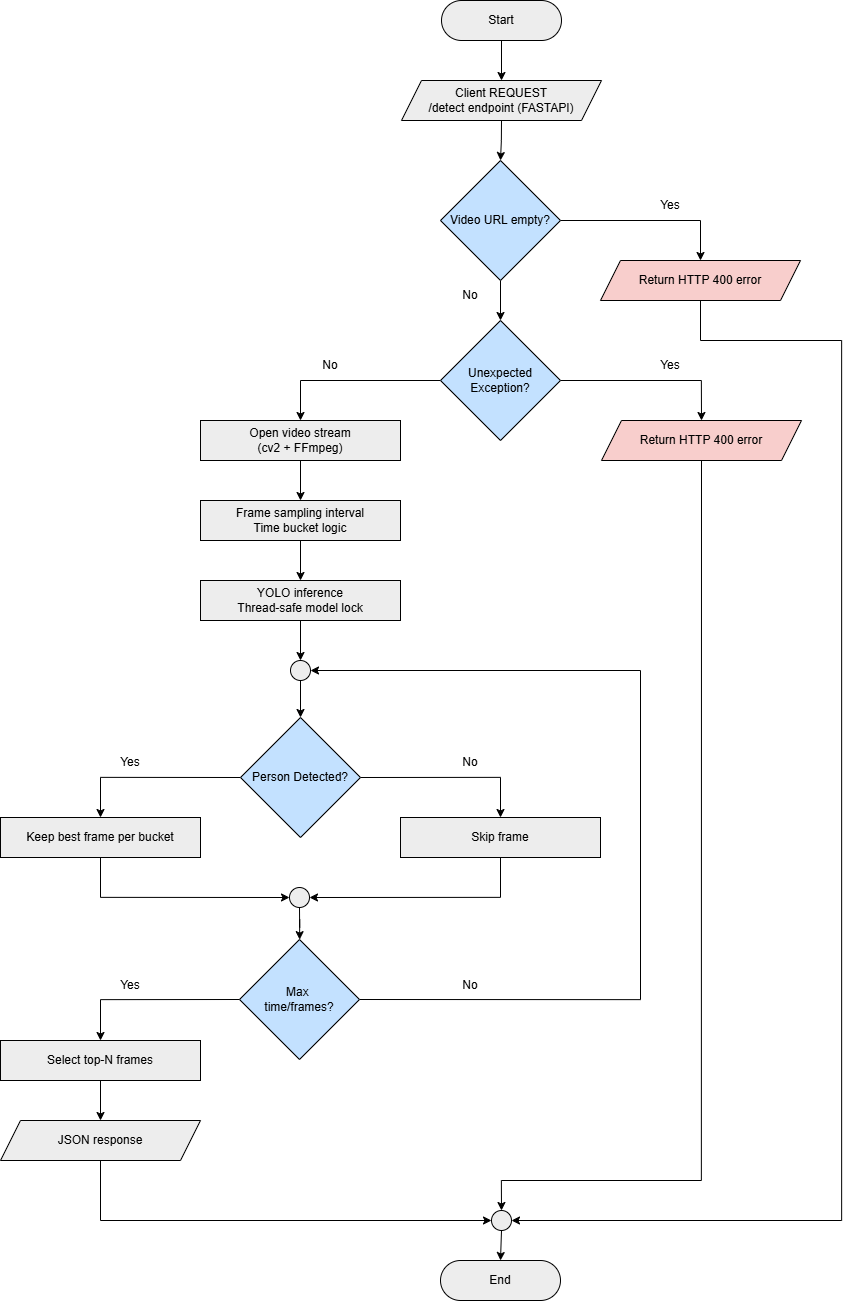
eldisja1/person-detection-nmsai keeps this draw.io diagram as documentation/person-detection-nmsai-system-architecture.png. Above is the earlier version. Source tidied: cells renumbered, new cells last; positions are measured from the earlier drawing's top-left corner, leaving out a move shared by most shapes. Source of this version:
```xml
<mxGraphModel>
  <root>
    <mxCell id="0" />
    <mxCell id="1" parent="0" />
    <mxCell id="2" style="edgeStyle=orthogonalEdgeStyle;rounded=0;jettySize=auto;html=1;exitX=0.5;exitY=1;exitDx=0;exitDy=0;entryX=0.5;entryY=0;entryDx=0;entryDy=0;" parent="1" edge="1" source="3" target="5">
      <mxGeometry relative="1" as="geometry" />
    </mxCell>
    <mxCell id="3" value="Start" style="rounded=1;whiteSpace=wrap;html=1;arcSize=50;fillColor=#EDEDED;" parent="1" vertex="1">
      <mxGeometry x="441" width="120" height="40" as="geometry" />
    </mxCell>
    <mxCell id="4" style="edgeStyle=orthogonalEdgeStyle;rounded=0;jettySize=auto;html=1;exitX=0.5;exitY=1;exitDx=0;exitDy=0;entryX=0.5;entryY=0;entryDx=0;entryDy=0;" parent="1" edge="1" source="5" target="37">
      <mxGeometry relative="1" as="geometry" />
    </mxCell>
    <mxCell id="5" value="Client REQUEST&lt;div&gt;/detect endpoint (FASTAPI)&lt;/div&gt;" style="shape=parallelogram;perimeter=parallelogramPerimeter;whiteSpace=wrap;html=1;fixedSize=1;fillColor=#EDEDED;" parent="1" vertex="1">
      <mxGeometry x="401" y="80" width="200" height="40" as="geometry" />
    </mxCell>
    <mxCell id="6" style="edgeStyle=orthogonalEdgeStyle;rounded=0;jettySize=auto;html=1;exitX=0.5;exitY=1;exitDx=0;exitDy=0;entryX=0.5;entryY=0;entryDx=0;entryDy=0;" parent="1" edge="1" source="7" target="9">
      <mxGeometry relative="1" as="geometry" />
    </mxCell>
    <mxCell id="7" value="Open video stream&lt;div&gt;(cv2 + FFmpeg)&lt;/div&gt;" style="rounded=0;whiteSpace=wrap;html=1;fillColor=#EDEDED;" parent="1" vertex="1">
      <mxGeometry x="200" y="420" width="200" height="40" as="geometry" />
    </mxCell>
    <mxCell id="8" style="edgeStyle=orthogonalEdgeStyle;rounded=0;jettySize=auto;html=1;exitX=0.5;exitY=1;exitDx=0;exitDy=0;" parent="1" edge="1" source="9" target="11">
      <mxGeometry relative="1" as="geometry" />
    </mxCell>
    <mxCell id="9" value="Frame sampling interval&lt;div&gt;Time bucket logic&lt;/div&gt;" style="rounded=0;whiteSpace=wrap;html=1;fillColor=#EDEDED;" parent="1" vertex="1">
      <mxGeometry x="200" y="500" width="200" height="40" as="geometry" />
    </mxCell>
    <mxCell id="10" style="edgeStyle=orthogonalEdgeStyle;rounded=0;jettySize=auto;html=1;exitX=0.5;exitY=1;exitDx=0;exitDy=0;entryX=0.5;entryY=0;entryDx=0;entryDy=0;" parent="1" edge="1" source="11" target="32">
      <mxGeometry relative="1" as="geometry" />
    </mxCell>
    <mxCell id="11" value="YOLO inference&lt;div&gt;Thread-safe model lock&lt;/div&gt;" style="rounded=0;whiteSpace=wrap;html=1;fillColor=#EDEDED;" parent="1" vertex="1">
      <mxGeometry x="200" y="580" width="200" height="40" as="geometry" />
    </mxCell>
    <mxCell id="12" style="edgeStyle=orthogonalEdgeStyle;rounded=0;jettySize=auto;html=1;exitX=0;exitY=0.5;exitDx=0;exitDy=0;entryX=0.5;entryY=0;entryDx=0;entryDy=0;" parent="1" edge="1" source="14" target="16">
      <mxGeometry relative="1" as="geometry" />
    </mxCell>
    <mxCell id="13" style="edgeStyle=orthogonalEdgeStyle;rounded=0;jettySize=auto;html=1;exitX=1;exitY=0.5;exitDx=0;exitDy=0;entryX=0.5;entryY=0;entryDx=0;entryDy=0;" parent="1" edge="1" source="14" target="18">
      <mxGeometry relative="1" as="geometry" />
    </mxCell>
    <mxCell id="14" value="Person Detected?" style="rhombus;whiteSpace=wrap;html=1;fillColor=#C3E1FF;" parent="1" vertex="1">
      <mxGeometry x="240" y="717" width="120" height="120" as="geometry" />
    </mxCell>
    <mxCell id="15" style="edgeStyle=orthogonalEdgeStyle;rounded=0;jettySize=auto;html=1;exitX=0.5;exitY=1;exitDx=0;exitDy=0;entryX=0;entryY=0.5;entryDx=0;entryDy=0;" parent="1" edge="1" source="16" target="24">
      <mxGeometry relative="1" as="geometry" />
    </mxCell>
    <mxCell id="16" value="Keep best frame per bucket" style="rounded=0;whiteSpace=wrap;html=1;fillColor=#EDEDED;" parent="1" vertex="1">
      <mxGeometry y="817" width="200" height="40" as="geometry" />
    </mxCell>
    <mxCell id="17" style="edgeStyle=orthogonalEdgeStyle;rounded=0;jettySize=auto;html=1;exitX=0.5;exitY=1;exitDx=0;exitDy=0;entryX=1;entryY=0.5;entryDx=0;entryDy=0;" parent="1" edge="1" source="18" target="24">
      <mxGeometry relative="1" as="geometry" />
    </mxCell>
    <mxCell id="18" value="Skip frame" style="rounded=0;whiteSpace=wrap;html=1;fillColor=#EDEDED;" parent="1" vertex="1">
      <mxGeometry x="400" y="817" width="200" height="40" as="geometry" />
    </mxCell>
    <mxCell id="19" value="No" style="text;html=1;whiteSpace=wrap;strokeColor=none;fillColor=none;align=center;verticalAlign=middle;rounded=0;" parent="1" vertex="1">
      <mxGeometry x="440" y="747" width="60" height="30" as="geometry" />
    </mxCell>
    <mxCell id="20" value="Yes" style="text;html=1;whiteSpace=wrap;strokeColor=none;fillColor=none;align=center;verticalAlign=middle;rounded=0;" parent="1" vertex="1">
      <mxGeometry x="100" y="747" width="60" height="30" as="geometry" />
    </mxCell>
    <mxCell id="21" style="edgeStyle=orthogonalEdgeStyle;rounded=0;jettySize=auto;html=1;exitX=0.5;exitY=1;exitDx=0;exitDy=0;" parent="1" edge="1" source="22" target="26">
      <mxGeometry relative="1" as="geometry" />
    </mxCell>
    <mxCell id="22" value="Select top-N frames" style="rounded=0;whiteSpace=wrap;html=1;fillColor=#EDEDED;" parent="1" vertex="1">
      <mxGeometry y="1040" width="200" height="40" as="geometry" />
    </mxCell>
    <mxCell id="23" style="edgeStyle=orthogonalEdgeStyle;rounded=0;jettySize=auto;html=1;exitX=0.5;exitY=1;exitDx=0;exitDy=0;" parent="1" edge="1" source="24" target="30">
      <mxGeometry relative="1" as="geometry" />
    </mxCell>
    <mxCell id="24" style="ellipse;whiteSpace=wrap;html=1;fillColor=#EDEDED;" parent="1" vertex="1">
      <mxGeometry x="289" y="887" width="20" height="20" as="geometry" />
    </mxCell>
    <mxCell id="25" style="edgeStyle=orthogonalEdgeStyle;rounded=0;jettySize=auto;html=1;exitX=0.5;exitY=1;exitDx=0;exitDy=0;entryX=0;entryY=0.5;entryDx=0;entryDy=0;" parent="1" edge="1" source="26" target="50">
      <mxGeometry relative="1" as="geometry" />
    </mxCell>
    <mxCell id="26" value="JSON response" style="shape=parallelogram;perimeter=parallelogramPerimeter;whiteSpace=wrap;html=1;fixedSize=1;fillColor=#EDEDED;" parent="1" vertex="1">
      <mxGeometry y="1120" width="200" height="40" as="geometry" />
    </mxCell>
    <mxCell id="27" value="End" style="rounded=1;whiteSpace=wrap;html=1;arcSize=50;fillColor=#EDEDED;" parent="1" vertex="1">
      <mxGeometry x="440" y="1260" width="120" height="40" as="geometry" />
    </mxCell>
    <mxCell id="28" style="edgeStyle=orthogonalEdgeStyle;rounded=0;jettySize=auto;html=1;exitX=0;exitY=0.5;exitDx=0;exitDy=0;entryX=0.5;entryY=0;entryDx=0;entryDy=0;" parent="1" edge="1" source="30" target="22">
      <mxGeometry relative="1" as="geometry" />
    </mxCell>
    <mxCell id="29" style="edgeStyle=orthogonalEdgeStyle;rounded=0;jettySize=auto;html=1;exitX=1;exitY=0.5;exitDx=0;exitDy=0;entryX=1;entryY=0.5;entryDx=0;entryDy=0;" parent="1" edge="1" source="30" target="32">
      <mxGeometry relative="1" as="geometry">
        <Array as="points">
          <mxPoint x="640" y="999" />
          <mxPoint x="640" y="670" />
        </Array>
      </mxGeometry>
    </mxCell>
    <mxCell id="30" value="Max&amp;nbsp;&lt;div&gt;time/frames?&lt;/div&gt;" style="rhombus;whiteSpace=wrap;html=1;fillColor=#C3E1FF;" parent="1" vertex="1">
      <mxGeometry x="239" y="939" width="120" height="120" as="geometry" />
    </mxCell>
    <mxCell id="31" style="edgeStyle=orthogonalEdgeStyle;rounded=0;jettySize=auto;html=1;exitX=0.5;exitY=1;exitDx=0;exitDy=0;entryX=0.5;entryY=0;entryDx=0;entryDy=0;" parent="1" edge="1" source="32" target="14">
      <mxGeometry relative="1" as="geometry" />
    </mxCell>
    <mxCell id="32" style="ellipse;whiteSpace=wrap;html=1;fillColor=#EDEDED;" parent="1" vertex="1">
      <mxGeometry x="290" y="660" width="20" height="20" as="geometry" />
    </mxCell>
    <mxCell id="33" value="No" style="text;html=1;whiteSpace=wrap;strokeColor=none;fillColor=none;align=center;verticalAlign=middle;rounded=0;" parent="1" vertex="1">
      <mxGeometry x="440" y="970" width="60" height="30" as="geometry" />
    </mxCell>
    <mxCell id="34" value="Yes" style="text;html=1;whiteSpace=wrap;strokeColor=none;fillColor=none;align=center;verticalAlign=middle;rounded=0;" parent="1" vertex="1">
      <mxGeometry x="100" y="970" width="60" height="30" as="geometry" />
    </mxCell>
    <mxCell id="35" style="edgeStyle=orthogonalEdgeStyle;rounded=0;jettySize=auto;html=1;exitX=0.5;exitY=1;exitDx=0;exitDy=0;entryX=0.5;entryY=0;entryDx=0;entryDy=0;" parent="1" edge="1" source="37" target="44">
      <mxGeometry relative="1" as="geometry" />
    </mxCell>
    <mxCell id="36" style="edgeStyle=orthogonalEdgeStyle;rounded=0;jettySize=auto;html=1;exitX=1;exitY=0.5;exitDx=0;exitDy=0;entryX=0.5;entryY=0;entryDx=0;entryDy=0;" parent="1" edge="1" source="37" target="39">
      <mxGeometry relative="1" as="geometry" />
    </mxCell>
    <mxCell id="37" value="Video URL empty?" style="rhombus;whiteSpace=wrap;html=1;fillColor=#C3E1FF;" parent="1" vertex="1">
      <mxGeometry x="440" y="160" width="120" height="120" as="geometry" />
    </mxCell>
    <mxCell id="38" style="edgeStyle=orthogonalEdgeStyle;rounded=0;jettySize=auto;html=1;exitX=0.5;exitY=1;exitDx=0;exitDy=0;entryX=1;entryY=0.5;entryDx=0;entryDy=0;" parent="1" edge="1" source="39" target="50">
      <mxGeometry relative="1" as="geometry">
        <Array as="points">
          <mxPoint x="700" y="340" />
          <mxPoint x="841" y="340" />
          <mxPoint x="841" y="1220" />
        </Array>
      </mxGeometry>
    </mxCell>
    <mxCell id="39" value="Return HTTP 400 error" style="shape=parallelogram;perimeter=parallelogramPerimeter;whiteSpace=wrap;html=1;fixedSize=1;fillColor=#F8CECC;" parent="1" vertex="1">
      <mxGeometry x="600" y="260" width="200" height="40" as="geometry" />
    </mxCell>
    <mxCell id="40" value="Yes" style="text;html=1;whiteSpace=wrap;strokeColor=none;fillColor=none;align=center;verticalAlign=middle;rounded=0;" parent="1" vertex="1">
      <mxGeometry x="640" y="190" width="60" height="30" as="geometry" />
    </mxCell>
    <mxCell id="41" value="No" style="text;html=1;whiteSpace=wrap;strokeColor=none;fillColor=none;align=center;verticalAlign=middle;rounded=0;" parent="1" vertex="1">
      <mxGeometry x="440" y="280" width="60" height="30" as="geometry" />
    </mxCell>
    <mxCell id="42" style="edgeStyle=orthogonalEdgeStyle;rounded=0;jettySize=auto;html=1;exitX=1;exitY=0.5;exitDx=0;exitDy=0;entryX=0.5;entryY=0;entryDx=0;entryDy=0;" parent="1" edge="1" source="44" target="46">
      <mxGeometry relative="1" as="geometry" />
    </mxCell>
    <mxCell id="43" style="edgeStyle=orthogonalEdgeStyle;rounded=0;jettySize=auto;html=1;exitX=0;exitY=0.5;exitDx=0;exitDy=0;entryX=0.5;entryY=0;entryDx=0;entryDy=0;" parent="1" edge="1" source="44" target="7">
      <mxGeometry relative="1" as="geometry" />
    </mxCell>
    <mxCell id="44" value="Unexpected Exception?" style="rhombus;whiteSpace=wrap;html=1;fillColor=#C3E1FF;" parent="1" vertex="1">
      <mxGeometry x="440" y="320" width="120" height="120" as="geometry" />
    </mxCell>
    <mxCell id="45" style="edgeStyle=orthogonalEdgeStyle;rounded=0;jettySize=auto;html=1;exitX=0.5;exitY=1;exitDx=0;exitDy=0;entryX=0.5;entryY=0;entryDx=0;entryDy=0;" parent="1" edge="1" source="46" target="50">
      <mxGeometry relative="1" as="geometry">
        <Array as="points">
          <mxPoint x="701" y="1180" />
          <mxPoint x="501" y="1180" />
        </Array>
      </mxGeometry>
    </mxCell>
    <mxCell id="46" value="Return HTTP 400 error" style="shape=parallelogram;perimeter=parallelogramPerimeter;whiteSpace=wrap;html=1;fixedSize=1;fillColor=#F8CECC;" parent="1" vertex="1">
      <mxGeometry x="601" y="420" width="200" height="40" as="geometry" />
    </mxCell>
    <mxCell id="47" value="Yes" style="text;html=1;whiteSpace=wrap;strokeColor=none;fillColor=none;align=center;verticalAlign=middle;rounded=0;" parent="1" vertex="1">
      <mxGeometry x="640" y="350" width="60" height="30" as="geometry" />
    </mxCell>
    <mxCell id="48" value="No" style="text;html=1;whiteSpace=wrap;strokeColor=none;fillColor=none;align=center;verticalAlign=middle;rounded=0;" parent="1" vertex="1">
      <mxGeometry x="300" y="350" width="60" height="30" as="geometry" />
    </mxCell>
    <mxCell id="49" style="edgeStyle=orthogonalEdgeStyle;rounded=0;jettySize=auto;html=1;exitX=0.5;exitY=1;exitDx=0;exitDy=0;entryX=0.5;entryY=0;entryDx=0;entryDy=0;" parent="1" edge="1" source="50" target="27">
      <mxGeometry relative="1" as="geometry" />
    </mxCell>
    <mxCell id="50" style="ellipse;whiteSpace=wrap;html=1;fillColor=#EDEDED;" parent="1" vertex="1">
      <mxGeometry x="491" y="1210" width="20" height="20" as="geometry" />
    </mxCell>
  </root>
</mxGraphModel>
```
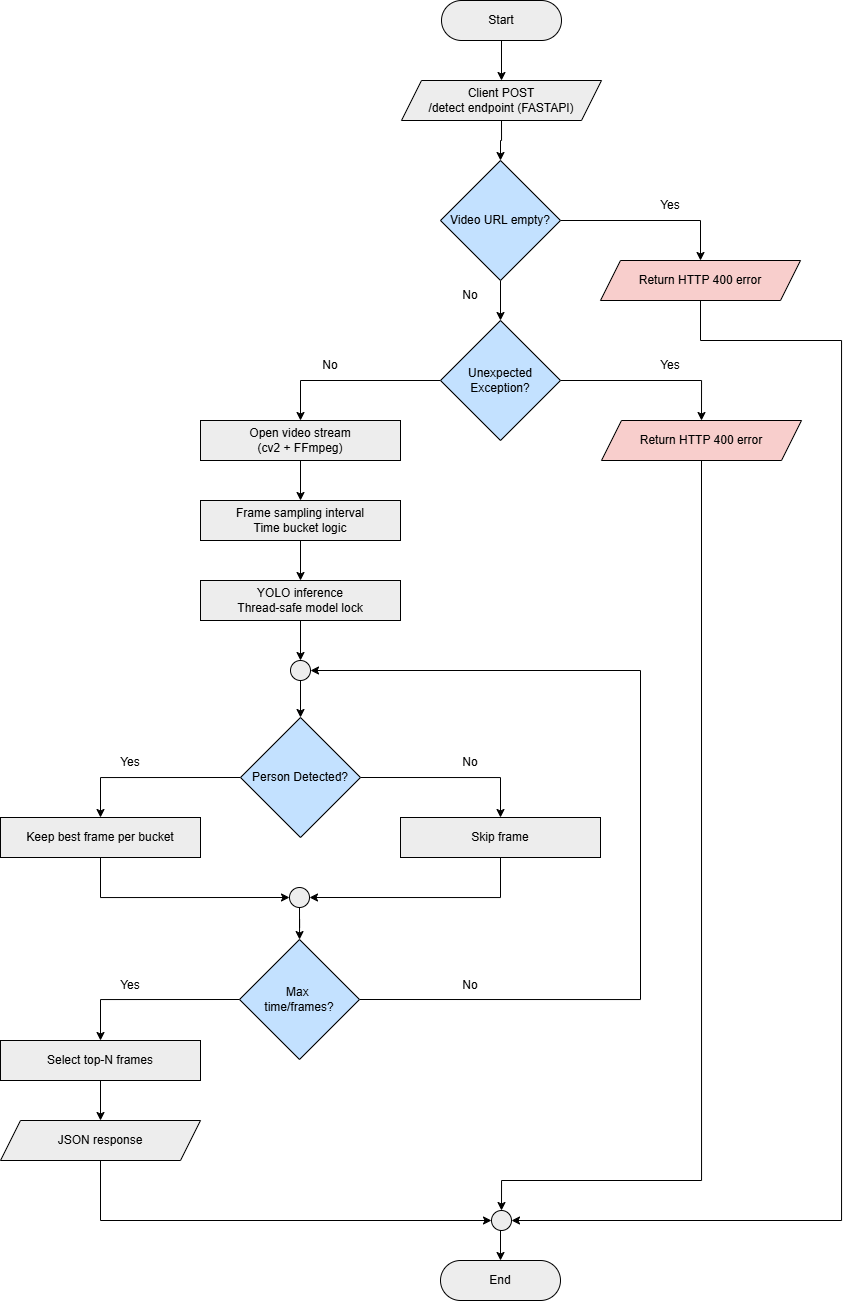
The same diagram one commit later.

Commit message:
Update system architecture image in README

Diff of the diagram source:
```diff
@@ -11,7 +11,7 @@
     <mxCell id="4" style="edgeStyle=orthogonalEdgeStyle;rounded=0;jettySize=auto;html=1;exitX=0.5;exitY=1;exitDx=0;exitDy=0;entryX=0.5;entryY=0;entryDx=0;entryDy=0;" parent="1" edge="1" source="5" target="37">
       <mxGeometry relative="1" as="geometry" />
     </mxCell>
-    <mxCell id="5" value="Client REQUEST&lt;div&gt;/detect endpoint (FASTAPI)&lt;/div&gt;" style="shape=parallelogram;perimeter=parallelogramPerimeter;whiteSpace=wrap;html=1;fixedSize=1;fillColor=#EDEDED;" parent="1" vertex="1">
+    <mxCell id="5" value="Client POST&lt;div&gt;/detect endpoint (FASTAPI)&lt;/div&gt;" style="shape=parallelogram;perimeter=parallelogramPerimeter;whiteSpace=wrap;html=1;fixedSize=1;fillColor=#EDEDED;" parent="1" vertex="1">
       <mxGeometry x="401" y="80" width="200" height="40" as="geometry" />
     </mxCell>
     <mxCell id="6" style="edgeStyle=orthogonalEdgeStyle;rounded=0;jettySize=auto;html=1;exitX=0.5;exitY=1;exitDx=0;exitDy=0;entryX=0.5;entryY=0;entryDx=0;entryDy=0;" parent="1" edge="1" source="7" target="9">
```
